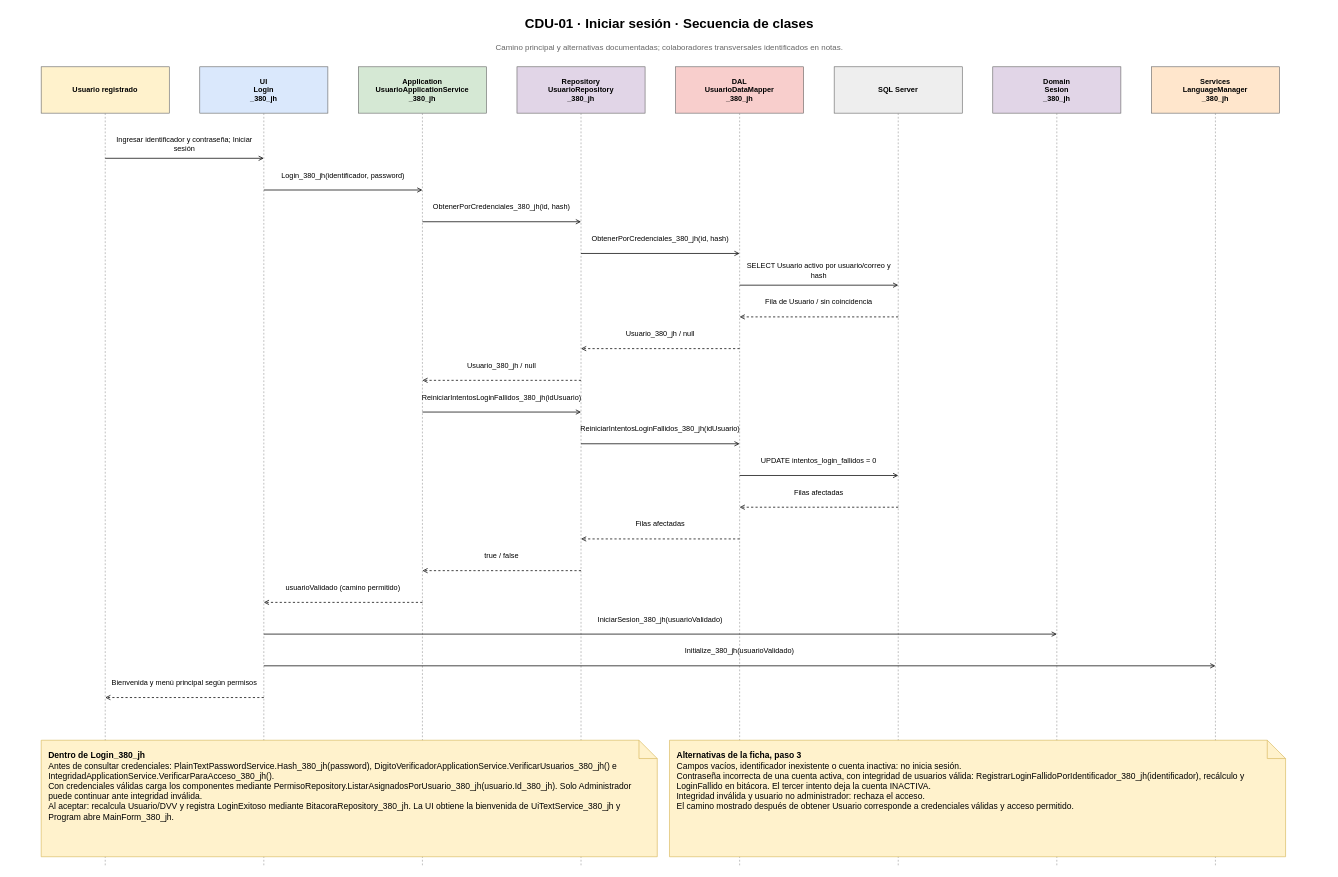
juanNH/Ingenieria-de-Software keeps this draw.io diagram as Diagramas/Diagramas de Secuencia/CDU-01 - Log In - Secuencia.drawio. Above is the earlier version. Source tidied: cells renumbered, new cells numbered last; positions are measured from the earlier drawing's top-left corner, leaving out a move shared by most shapes. Both pictures are drawn from the tidied source at 61%, with x=0, y=0 at pixel (10, 10).
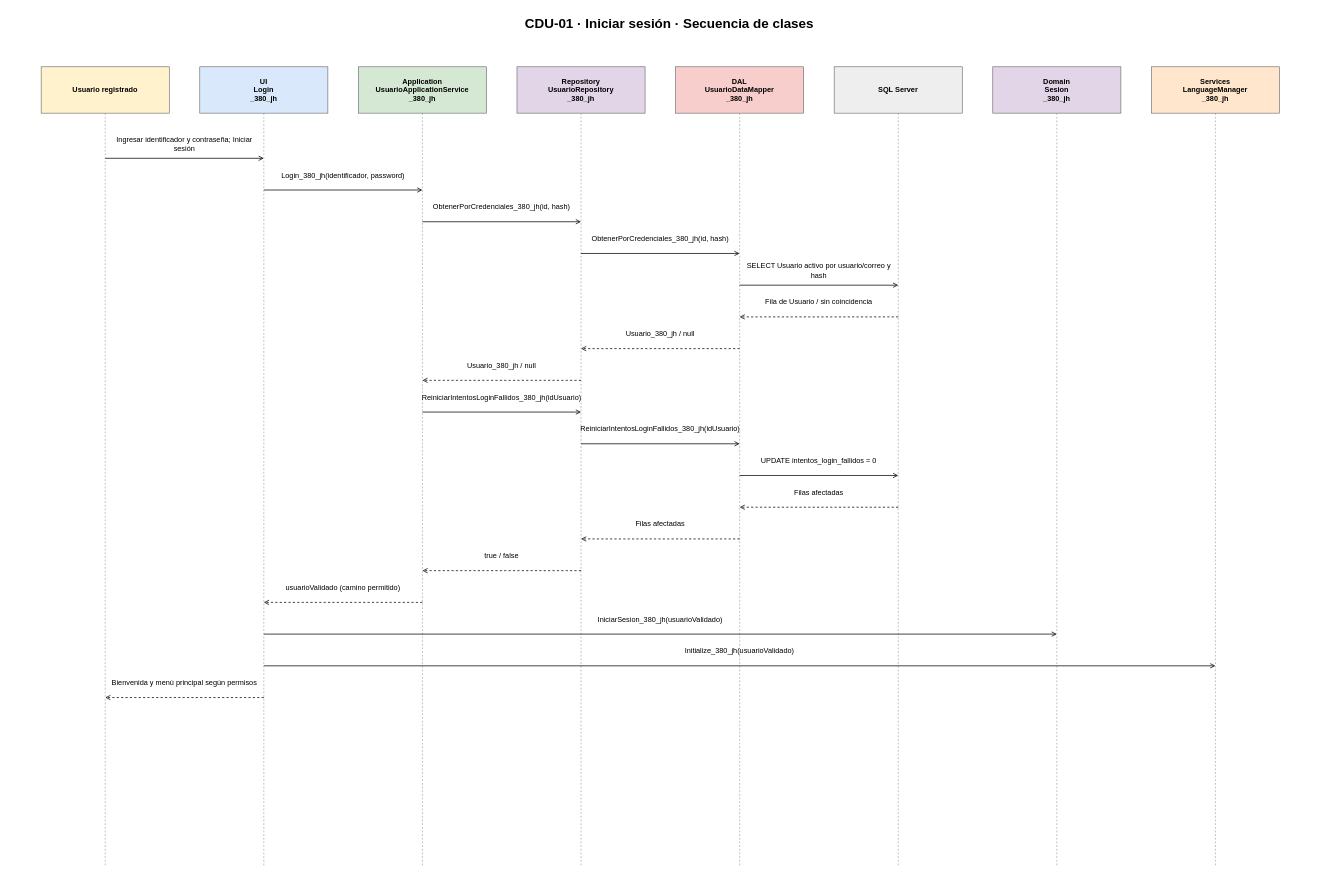
Above is the later version.

Change to the diagram source:
```diff
@@
-    <mxCell id="3" value="Camino principal y alternativas documentadas; colaboradores transversales identificados en notas." style="text;html=1;whiteSpace=wrap;strokeColor=none;fillColor=none;align=center;verticalAlign=middle;fontFamily=Arial;fontSize=13;fontColor=#666666;" parent="1" vertex="1">
-      <mxGeometry y="46" width="2160" height="28" as="geometry" />
-    </mxCell>
@@
-    <mxCell id="56" value="&lt;b&gt;Dentro de Login_380_jh&lt;/b&gt;&lt;br&gt;Antes de consultar credenciales: PlainTextPasswordService.Hash_380_jh(password), DigitoVerificadorApplicationService.VerificarUsuarios_380_jh() e IntegridadApplicationService.VerificarParaAcceso_380_jh().&lt;br&gt;Con credenciales válidas carga los componentes mediante PermisoRepository.ListarAsignadosPorUsuario_380_jh(usuario.Id_380_jh). Solo Administrador puede continuar ante integridad inválida.&lt;br&gt;Al aceptar: recalcula Usuario/DVV y registra LoginExitoso mediante BitacoraRepository_380_jh. La UI obtiene la bienvenida de UiTextService_380_jh y Program abre MainForm_380_jh." style="shape=note;whiteSpace=wrap;html=1;fillColor=#fff2cc;strokeColor=#d6b656;align=left;verticalAlign=top;spacing=12;fontSize=14;fontFamily=Arial;" parent="1" vertex="1">
-      <mxGeometry x="50" y="1196" width="1010" height="191" as="geometry" />
-    </mxCell>
-    <mxCell id="57" value="&lt;b&gt;Alternativas de la ficha, paso 3&lt;/b&gt;&lt;br&gt;Campos vacíos, identificador inexistente o cuenta inactiva: no inicia sesión.&lt;br&gt;Contraseña incorrecta de una cuenta activa, con integridad de usuarios válida: RegistrarLoginFallidoPorIdentificador_380_jh(identificador), recálculo y LoginFallido en bitácora. El tercer intento deja la cuenta INACTIVA.&lt;br&gt;Integridad inválida y usuario no administrador: rechaza el acceso.&lt;br&gt;El camino mostrado después de obtener Usuario corresponde a credenciales válidas y acceso permitido." style="shape=note;whiteSpace=wrap;html=1;fillColor=#fff2cc;strokeColor=#d6b656;align=left;verticalAlign=top;spacing=12;fontSize=14;fontFamily=Arial;" parent="1" vertex="1">
-      <mxGeometry x="1080" y="1196" width="1010" height="191" as="geometry" />
-    </mxCell>
```
